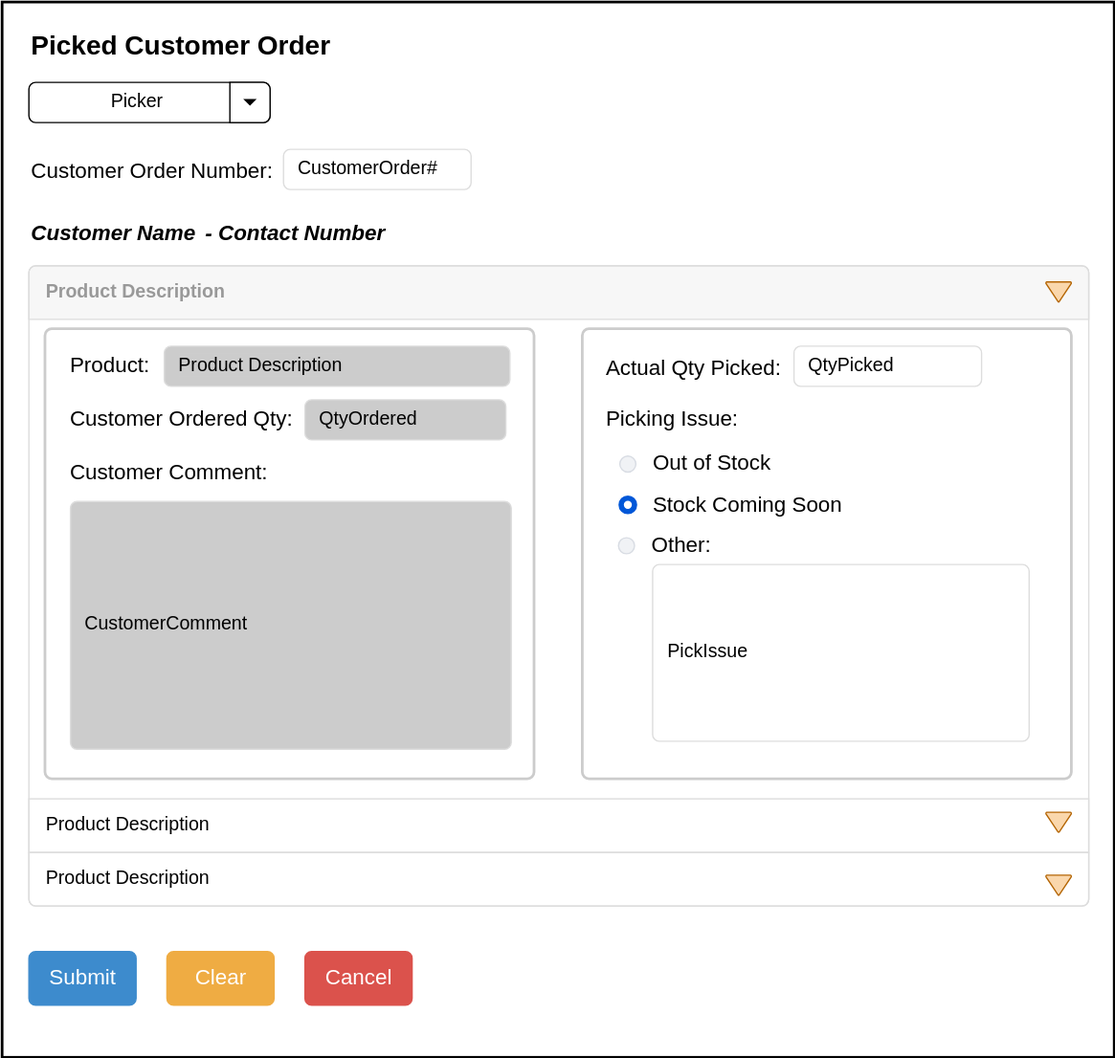
Above: img/GroceryList.svg in pborlongan/Intermediate-App-Dev (draw.io), before the change. Source tidied: cells renumbered, new cells last; positions are measured from the earlier drawing's top-left corner, leaving out a move shared by most shapes.
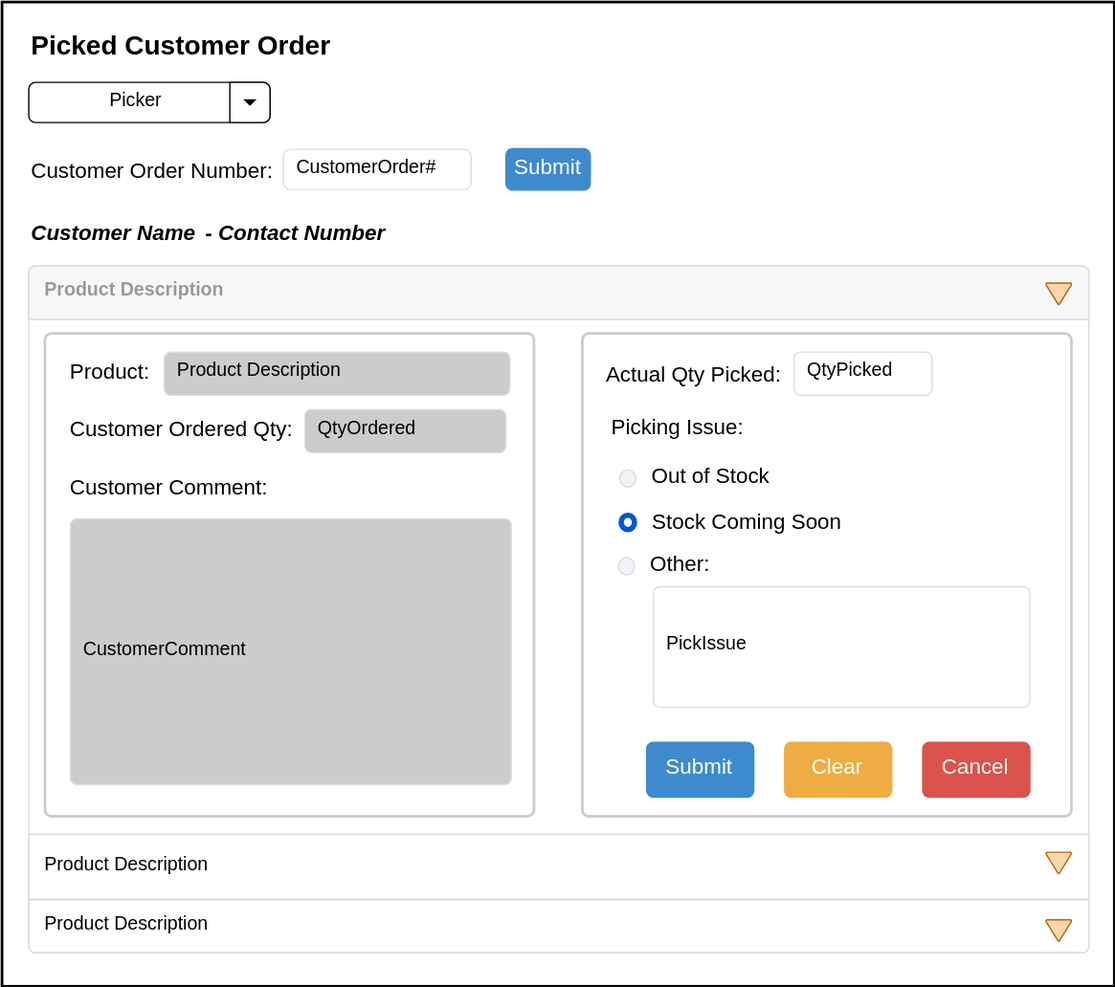
The same diagram one commit later.

What changed in the source:
```diff
@@ -2,8 +2,8 @@
   <root>
     <mxCell id="0" />
     <mxCell id="1" parent="0" />
-    <mxCell id="2" style="rounded=0;whiteSpace=wrap;html=1;fillColor=#ffffff;fontSize=22;strokeWidth=2;" parent="1" vertex="1">
-      <mxGeometry width="830" height="788" as="geometry" />
+    <mxCell id="2" style="rounded=0;whiteSpace=wrap;html=1;fillColor=#ffffff;fontSize=22;strokeWidth=2;verticalAlign=top;" parent="1" vertex="1">
+      <mxGeometry width="830" height="735" as="geometry" />
     </mxCell>
     <mxCell id="3" value="&lt;font style=&quot;font-size: 20px&quot;&gt;Picked Customer Order&lt;/font&gt;" style="text;html=1;align=left;verticalAlign=top;spacingTop=-4;fontFamily=Helvetica;fontStyle=1;fontSize=14;" parent="1" vertex="1">
       <mxGeometry x="20" y="20" width="220" height="20" as="geometry" />
@@ -34,14 +34,14 @@
       <mxGeometry x="140" y="160" width="135" height="26" as="geometry" />
     </mxCell>
     <mxCell id="11" style="html=1;shadow=0;dashed=0;shape=mxgraph.bootstrap.rrect;rSize=5;strokeColor=#dddddd;fillColor=none;fontFamily=Helvetica;fontSize=22;" parent="1" vertex="1">
-      <mxGeometry x="20" y="197" width="791" height="478" as="geometry" />
+      <mxGeometry x="20" y="197" width="791" height="513" as="geometry" />
     </mxCell>
     <mxCell id="12" value="Product Description" style="html=1;shadow=0;dashed=0;shape=mxgraph.bootstrap.topButton;rSize=5;strokeColor=inherit;fillColor=#000000;fillOpacity=3;fontColor=#999999;fontSize=14;fontStyle=1;align=left;spacingLeft=10;whiteSpace=wrap;" parent="11" vertex="1">
       <mxGeometry width="791" height="40" relative="1" as="geometry" />
     </mxCell>
     <mxCell id="13" value="Product Description" style="strokeColor=inherit;fillColor=inherit;gradientColor=inherit;html=1;shadow=0;dashed=0;shape=mxgraph.bootstrap.rect;spacingLeft=10;fontSize=14;align=left;whiteSpace=wrap;" parent="11" vertex="1">
-      <mxGeometry width="791" height="40" relative="1" as="geometry">
-        <mxPoint y="398" as="offset" />
+      <mxGeometry width="791" height="49" relative="1" as="geometry">
+        <mxPoint y="424.5" as="offset" />
       </mxGeometry>
     </mxCell>
     <mxCell id="14" value="Product Description" style="strokeColor=inherit;fillColor=inherit;gradientColor=inherit;html=1;shadow=0;dashed=0;shape=mxgraph.bootstrap.bottomButton;rSize=5;spacingLeft=10;fontSize=14;align=left;whiteSpace=wrap;" parent="11" vertex="1">
@@ -50,67 +50,70 @@
       </mxGeometry>
     </mxCell>
     <mxCell id="15" style="strokeWidth=1;html=1;shape=mxgraph.flowchart.merge_or_storage;whiteSpace=wrap;fillColor=#fad7ac;fontFamily=Helvetica;fontSize=22;align=left;strokeColor=#b46504;" parent="11" vertex="1">
-      <mxGeometry x="759" y="12" width="19" height="15" as="geometry" />
+      <mxGeometry x="759" y="12.9" width="19" height="16.1" as="geometry" />
     </mxCell>
     <mxCell id="16" style="html=1;shadow=0;dashed=0;shape=mxgraph.bootstrap.rrect;align=center;rSize=5;strokeColor=#CCCCCC;fontColor=#f0f0f0;spacingTop=30;whiteSpace=wrap;fillColor=none;gradientColor=none;strokeWidth=2;" parent="11" vertex="1">
-      <mxGeometry x="12" y="47" width="365" height="336" as="geometry" />
+      <mxGeometry x="12" y="50.4" width="365" height="360.6" as="geometry" />
     </mxCell>
     <mxCell id="17" value="Product Description" style="html=1;shadow=0;dashed=0;shape=mxgraph.bootstrap.rrect;rSize=5;strokeColor=#dddddd;fontSize=14;align=left;spacingLeft=8;whiteSpace=wrap;fillColor=#CCCCCC;labelBackgroundColor=#CCCCCC;" parent="11" vertex="1">
-      <mxGeometry x="101" y="60" width="258" height="30" as="geometry" />
+      <mxGeometry x="101" y="64.4" width="258" height="32.2" as="geometry" />
     </mxCell>
     <mxCell id="18" value="Product:" style="html=1;shadow=0;dashed=0;shape=mxgraph.bootstrap.rect;strokeColor=none;fillColor=none;fontSize=16;align=left;spacingLeft=10;fontStyle=0;" parent="11" vertex="1">
-      <mxGeometry x="19" y="62" width="200" height="26" as="geometry" />
+      <mxGeometry x="19" y="66.5" width="200" height="27.9" as="geometry" />
     </mxCell>
     <mxCell id="19" value="CustomerComment" style="html=1;shadow=0;dashed=0;shape=mxgraph.bootstrap.rrect;rSize=5;strokeColor=#dddddd;fontSize=14;align=left;spacingLeft=8;whiteSpace=wrap;fillColor=#CCCCCC;" parent="11" vertex="1">
-      <mxGeometry x="31" y="176" width="329" height="185" as="geometry" />
+      <mxGeometry x="31" y="188.9" width="329" height="198.5" as="geometry" />
     </mxCell>
     <mxCell id="20" value="Customer Comment:" style="html=1;shadow=0;dashed=0;shape=mxgraph.bootstrap.rect;strokeColor=none;fillColor=none;fontSize=16;align=left;spacingLeft=10;" parent="11" vertex="1">
-      <mxGeometry x="19" y="142" width="200" height="26" as="geometry" />
+      <mxGeometry x="19" y="152.4" width="200" height="27.9" as="geometry" />
     </mxCell>
     <mxCell id="21" style="html=1;shadow=0;dashed=0;shape=mxgraph.bootstrap.rrect;align=center;rSize=5;strokeColor=#CCCCCC;fontColor=#f0f0f0;spacingTop=30;whiteSpace=wrap;fillColor=none;gradientColor=none;strokeWidth=2;" parent="11" vertex="1">
-      <mxGeometry x="413" y="47" width="365" height="336" as="geometry" />
+      <mxGeometry x="413" y="50.4" width="365" height="360.6" as="geometry" />
     </mxCell>
     <mxCell id="22" value="QtyPicked" style="html=1;shadow=0;dashed=0;shape=mxgraph.bootstrap.rrect;rSize=5;strokeColor=#dddddd;fontSize=14;align=left;spacingLeft=8;whiteSpace=wrap;fillColor=#FFFFFF;" parent="11" vertex="1">
-      <mxGeometry x="571" y="60" width="140" height="30" as="geometry" />
+      <mxGeometry x="571" y="64.4" width="103" height="32.2" as="geometry" />
     </mxCell>
     <mxCell id="23" value="Actual Qty Picked:" style="html=1;shadow=0;dashed=0;shape=mxgraph.bootstrap.rect;strokeColor=none;fillColor=none;fontSize=16;align=left;spacingLeft=10;" parent="11" vertex="1">
-      <mxGeometry x="419" y="64" width="200" height="26" as="geometry" />
+      <mxGeometry x="419" y="68.7" width="200" height="27.9" as="geometry" />
     </mxCell>
     <mxCell id="24" value="QtyOrdered" style="html=1;shadow=0;dashed=0;shape=mxgraph.bootstrap.rrect;rSize=5;strokeColor=#dddddd;fontSize=14;align=left;spacingLeft=8;whiteSpace=wrap;fillColor=#CCCCCC;" parent="11" vertex="1">
-      <mxGeometry x="206" y="100" width="150" height="30" as="geometry" />
+      <mxGeometry x="206" y="107.3" width="150" height="32.2" as="geometry" />
     </mxCell>
     <mxCell id="25" value="Customer Ordered Qty:" style="html=1;shadow=0;dashed=0;shape=mxgraph.bootstrap.rect;strokeColor=none;fillColor=none;fontSize=16;align=left;spacingLeft=10;" parent="11" vertex="1">
-      <mxGeometry x="19" y="102" width="200" height="26" as="geometry" />
+      <mxGeometry x="19" y="109.5" width="200" height="27.9" as="geometry" />
     </mxCell>
     <mxCell id="26" style="strokeWidth=1;html=1;shape=mxgraph.flowchart.merge_or_storage;whiteSpace=wrap;fillColor=#fad7ac;fontFamily=Helvetica;fontSize=22;align=left;strokeColor=#b46504;" parent="11" vertex="1">
-      <mxGeometry x="759" y="408" width="19" height="15" as="geometry" />
+      <mxGeometry x="759" y="437.9" width="19" height="16.1" as="geometry" />
     </mxCell>
     <mxCell id="27" style="strokeWidth=1;html=1;shape=mxgraph.flowchart.merge_or_storage;whiteSpace=wrap;fillColor=#fad7ac;fontFamily=Helvetica;fontSize=22;align=left;strokeColor=#b46504;" parent="11" vertex="1">
-      <mxGeometry x="759" y="455" width="19" height="15" as="geometry" />
+      <mxGeometry x="759" y="488.3" width="19" height="16.1" as="geometry" />
     </mxCell>
     <mxCell id="28" value="Out of Stock" style="shape=ellipse;rounded=1;fillColor=#F0F2F5;strokeColor=#D8DCE3;fontColor=#000000;align=left;verticalAlign=middle;fontStyle=0;fontSize=16;labelPosition=right;verticalLabelPosition=middle;spacingLeft=10;html=1;shadow=0;dashed=0;labelBackgroundColor=none;" parent="11" vertex="1">
-      <mxGeometry x="441" y="142" width="12" height="12" as="geometry" />
+      <mxGeometry x="441" y="152.4" width="12" height="12.9" as="geometry" />
     </mxCell>
     <mxCell id="29" value="Stock Coming Soon" style="shape=ellipse;fillColor=#ffffff;strokeColor=#0057D8;strokeWidth=4;fontColor=#000000;align=left;verticalAlign=middle;fontStyle=0;fontSize=16;labelPosition=right;verticalLabelPosition=middle;spacingLeft=10;labelBackgroundColor=none;" parent="11" vertex="1">
-      <mxGeometry x="442" y="173.5" width="10" height="10" as="geometry" />
+      <mxGeometry x="442" y="186.2" width="10" height="10.7" as="geometry" />
     </mxCell>
     <mxCell id="30" value="Other:" style="shape=ellipse;rounded=1;fillColor=#F0F2F5;strokeColor=#D8DCE3;fontColor=#000000;align=left;verticalAlign=middle;fontStyle=0;fontSize=16;labelPosition=right;verticalLabelPosition=middle;spacingLeft=10;html=1;shadow=0;dashed=0;labelBackgroundColor=none;" parent="11" vertex="1">
-      <mxGeometry x="440" y="203" width="12" height="12" as="geometry" />
+      <mxGeometry x="440" y="217.9" width="12" height="12.9" as="geometry" />
     </mxCell>
     <mxCell id="31" value="Picking Issue:" style="html=1;shadow=0;dashed=0;shape=mxgraph.bootstrap.rect;strokeColor=none;fillColor=none;fontSize=16;align=left;spacingLeft=10;" parent="11" vertex="1">
-      <mxGeometry x="419" y="102" width="200" height="26" as="geometry" />
+      <mxGeometry x="422.5" y="107.4" width="200" height="27.9" as="geometry" />
     </mxCell>
     <mxCell id="32" value="PickIssue" style="html=1;shadow=0;dashed=0;shape=mxgraph.bootstrap.rrect;rSize=5;strokeColor=#dddddd;fontSize=14;align=left;spacingLeft=8;whiteSpace=wrap;fillColor=none;" parent="11" vertex="1">
-      <mxGeometry x="465.5" y="223" width="281" height="132" as="geometry" />
+      <mxGeometry x="466" y="239.6" width="281" height="90.1" as="geometry" />
     </mxCell>
-    <mxCell id="33" value="Submit" style="html=1;shadow=0;dashed=0;shape=mxgraph.bootstrap.rrect;rSize=5;fillColor=#3D8BCD;align=center;strokeColor=#3D8BCD;fontColor=#ffffff;fontSize=16;whiteSpace=wrap;labelBackgroundColor=none;" parent="1" vertex="1">
-      <mxGeometry x="20" y="709" width="80" height="40" as="geometry" />
-    </mxCell>
+    <mxCell id="36" value="Submit" style="html=1;shadow=0;dashed=0;shape=mxgraph.bootstrap.rrect;rSize=5;fillColor=#3D8BCD;align=center;strokeColor=#3D8BCD;fontColor=#ffffff;fontSize=16;whiteSpace=wrap;labelBackgroundColor=none;" parent="11" vertex="1">
+      <mxGeometry x="461" y="355.8" width="80" height="41" as="geometry" />
+    </mxCell>
-    <mxCell id="34" value="Clear" style="html=1;shadow=0;dashed=0;shape=mxgraph.bootstrap.rrect;rSize=5;fillColor=#EFAC43;align=center;strokeColor=#EFAC43;fontColor=#ffffff;fontSize=16;whiteSpace=wrap;labelBackgroundColor=none;" parent="1" vertex="1">
-      <mxGeometry x="123" y="709" width="80" height="40" as="geometry" />
+    <mxCell id="34" value="Clear" style="html=1;shadow=0;dashed=0;shape=mxgraph.bootstrap.rrect;rSize=5;fillColor=#EFAC43;align=center;strokeColor=#EFAC43;fontColor=#ffffff;fontSize=16;whiteSpace=wrap;labelBackgroundColor=none;" parent="11" vertex="1">
+      <mxGeometry x="564" y="355.8" width="80" height="41" as="geometry" />
     </mxCell>
-    <mxCell id="35" value="Cancel" style="html=1;shadow=0;dashed=0;shape=mxgraph.bootstrap.rrect;rSize=5;fillColor=#DB524C;align=center;strokeColor=#DB524C;fontColor=#ffffff;fontSize=16;whiteSpace=wrap;labelBackgroundColor=none;" parent="1" vertex="1">
-      <mxGeometry x="226" y="709" width="80" height="40" as="geometry" />
+    <mxCell id="35" value="Cancel" style="html=1;shadow=0;dashed=0;shape=mxgraph.bootstrap.rrect;rSize=5;fillColor=#DB524C;align=center;strokeColor=#DB524C;fontColor=#ffffff;fontSize=16;whiteSpace=wrap;labelBackgroundColor=none;" parent="11" vertex="1">
+      <mxGeometry x="667" y="355.8" width="80" height="41" as="geometry" />
     </mxCell>
+    <mxCell id="37" value="Submit" style="html=1;shadow=0;dashed=0;shape=mxgraph.bootstrap.rrect;rSize=5;fillColor=#3D8BCD;align=center;strokeColor=#3D8BCD;fontColor=#ffffff;fontSize=16;whiteSpace=wrap;labelBackgroundColor=none;" parent="1" vertex="1">
+      <mxGeometry x="376" y="109.5" width="63" height="31" as="geometry" />
+    </mxCell>
   </root>
 </mxGraphModel>
```
